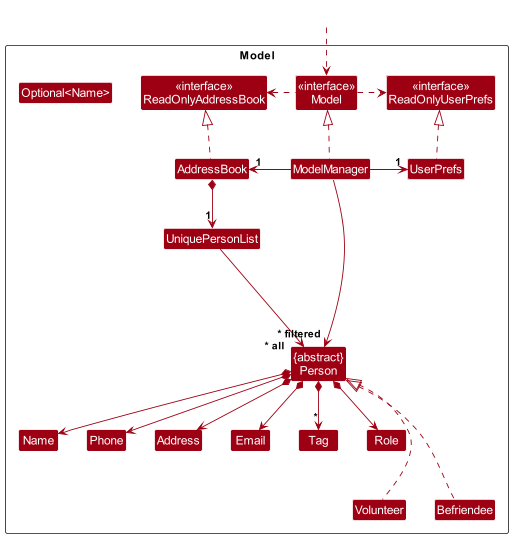
The PlantUML diagram docs/images/ModelClassDiagram.png in nus-cs2103-AY2324S2/tp, before a commit.
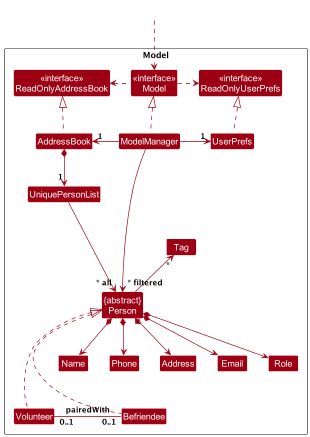
After the change.

The edit, as a diff of the source:
```diff
@@ -20,7 +20,6 @@
 Class Phone
 Class Tag
 Class Role
-Class "Optional<Name>"
 
 Class Volunteer
 Class Befriendee
@@ -46,11 +45,15 @@
 Person *--> Phone
 Person *--> Email
 Person *--> Address
-Person *--> "*" Tag
+Person -up-> "*" Tag
 Person *--> Role
 
 Volunteer .up.|> Person
 Befriendee .up.|> Person
+
+Volunteer"0..1" -- "0..1"Befriendee: pairedWith
+
+Volunteer -[hidden]right--> Befriendee
 
 Person -[hidden]down--> Volunteer
 Person -[hidden]down--> Befriendee
```
